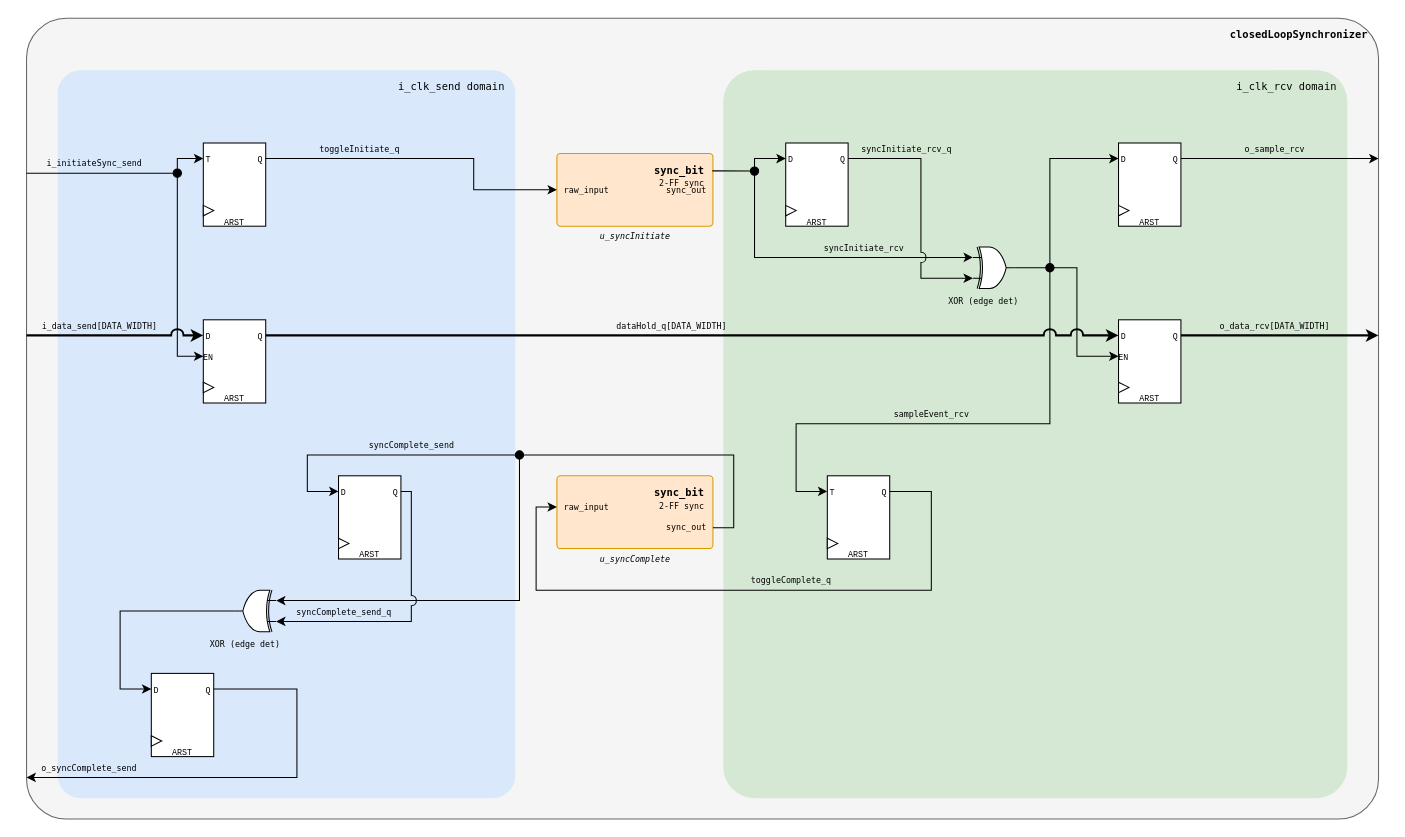
Earlier version of the draw.io diagram examples/closedLoopSynchronizer/closedLoopSynchronizer.drawio (tms4517/drawio_ai_schematic). Source tidied: cells renumbered, new cells numbered last; positions are measured from the earlier drawing's top-left corner, leaving out a move shared by most shapes. Both pictures are drawn from the tidied source at 104%, with x=0, y=0 at pixel (26, 18).
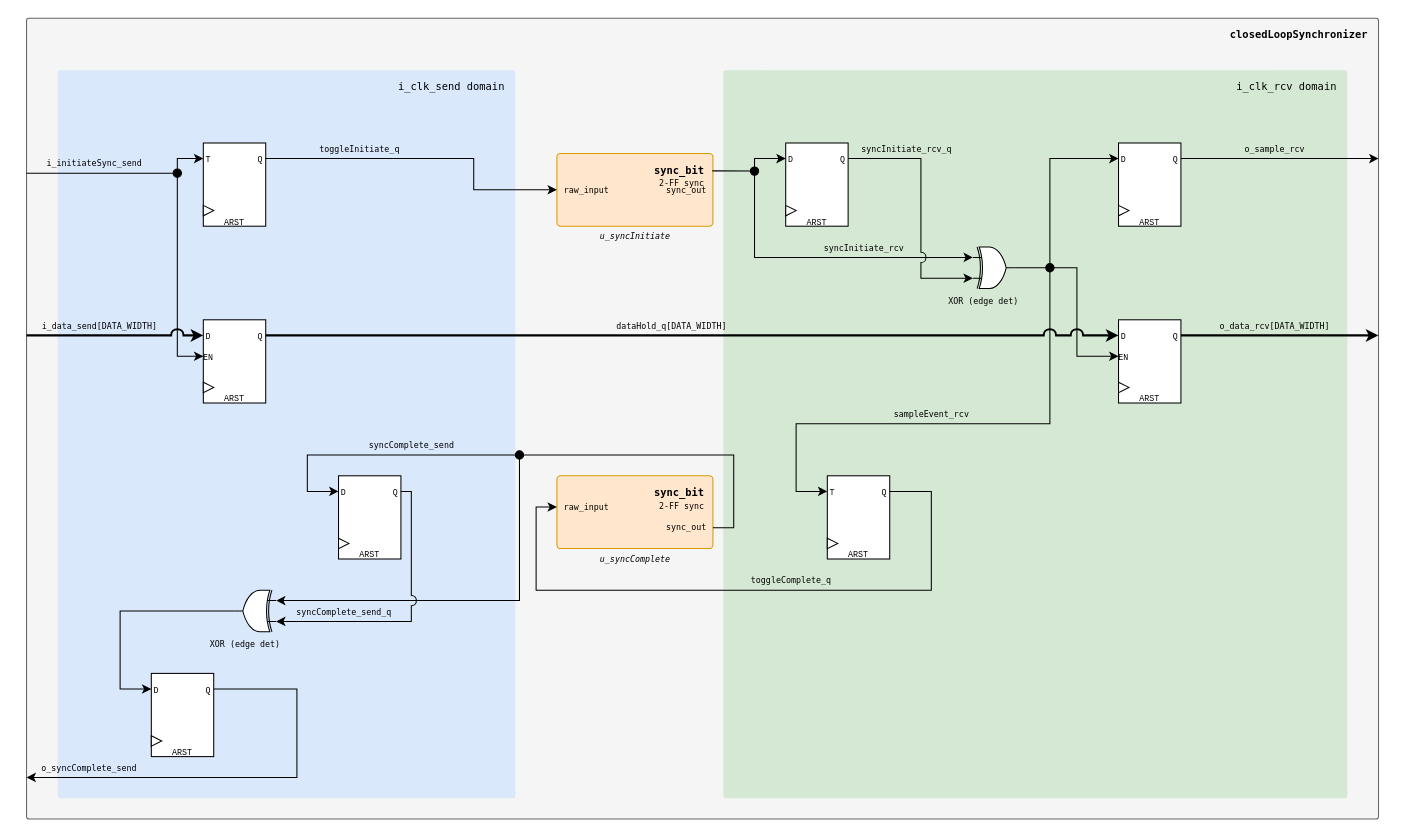
Above is the later version.

The edit, as a diff of the source:
```diff
@@
-    <mxCell id="2" value="closedLoopSynchronizer" style="rounded=1;arcSize=5;whiteSpace=wrap;html=1;fillColor=#f5f5f5;strokeColor=#666666;verticalAlign=top;align=right;spacingRight=8;spacingTop=4;fontFamily=monospace;fontSize=10;fontStyle=1;" parent="1" vertex="1">
+    <mxCell id="2" value="closedLoopSynchronizer" style="rounded=1;arcSize=5;absoluteArcSize=1;whiteSpace=wrap;html=1;fillColor=#f5f5f5;strokeColor=#666666;verticalAlign=top;align=right;spacingRight=8;spacingTop=4;fontFamily=monospace;fontSize=10;fontStyle=1;" parent="1" vertex="1">
       <mxGeometry width="1300" height="770" as="geometry" />
     </mxCell>
-    <mxCell id="3" value="i_clk_send domain" style="rounded=1;arcSize=5;whiteSpace=wrap;html=1;fillColor=#dae8fc;strokeColor=none;verticalAlign=top;align=right;spacingRight=8;spacingTop=4;fontFamily=monospace;fontSize=10;" parent="1" vertex="1">
+    <mxCell id="3" value="i_clk_send domain" style="rounded=1;arcSize=5;absoluteArcSize=1;whiteSpace=wrap;html=1;fillColor=#dae8fc;strokeColor=none;verticalAlign=top;align=right;spacingRight=8;spacingTop=4;fontFamily=monospace;fontSize=10;" parent="1" vertex="1">
       <mxGeometry x="30" y="50" width="440" height="700" as="geometry" />
     </mxCell>
-    <mxCell id="4" value="i_clk_rcv domain" style="rounded=1;arcSize=5;whiteSpace=wrap;html=1;fillColor=#d5e8d4;strokeColor=none;verticalAlign=top;align=right;spacingRight=8;spacingTop=4;fontFamily=monospace;fontSize=10;" parent="1" vertex="1">
+    <mxCell id="4" value="i_clk_rcv domain" style="rounded=1;arcSize=5;absoluteArcSize=1;whiteSpace=wrap;html=1;fillColor=#d5e8d4;strokeColor=none;verticalAlign=top;align=right;spacingRight=8;spacingTop=4;fontFamily=monospace;fontSize=10;" parent="1" vertex="1">
       <mxGeometry x="670" y="50" width="600" height="700" as="geometry" />
     </mxCell>
```
